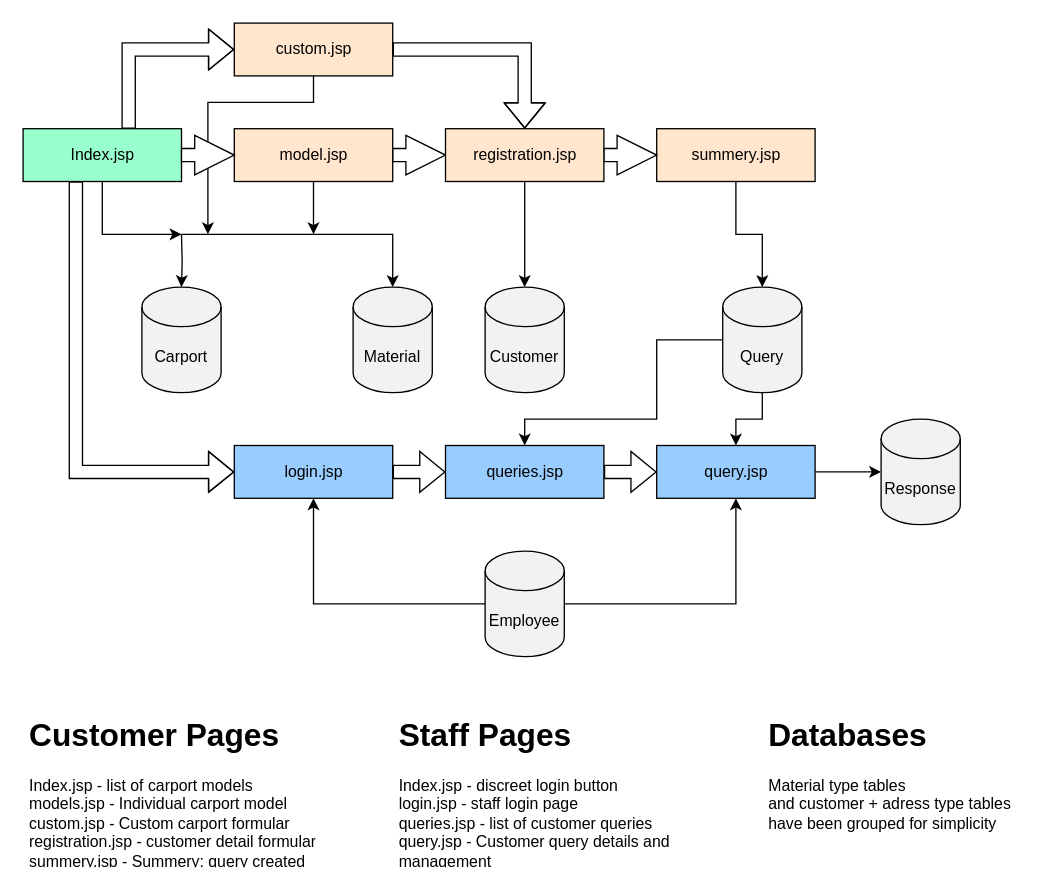
Capa2/sem2c4 keeps this draw.io diagram as Unified Modeling Language diagrams/NavigationDiagram.drawio. Above is the earlier version. Source tidied: cells renumbered, new cells numbered last; positions are measured from the earlier drawing's top-left corner, leaving out a move shared by most shapes. Both pictures are drawn from the tidied source at 132%, with x=0, y=0 at pixel (22, 22).
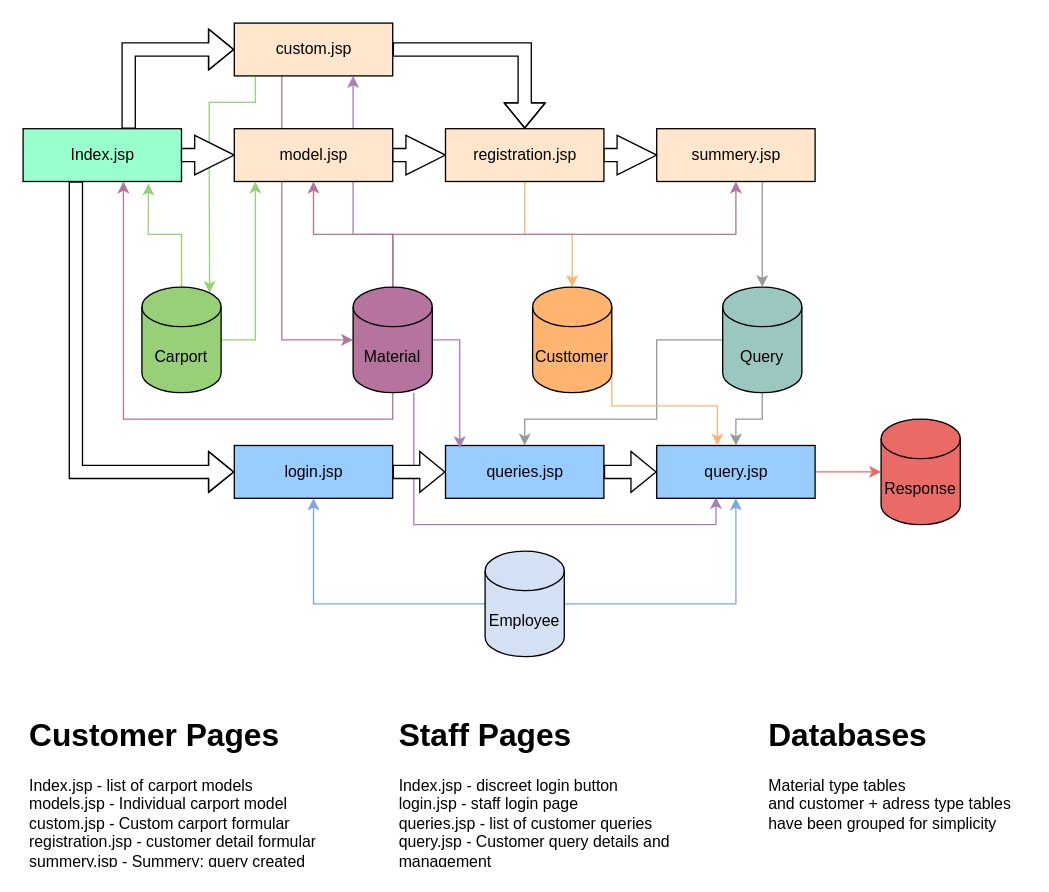
After the change.

Unchanged cells that the change refers to:
```xml
<mxCell id="8" value="login.jsp" style="html=1;fillColor=#99CCFF;" parent="1" vertex="1">
  <mxGeometry x="160" y="320" width="120" height="40" as="geometry" />
</mxCell>
<mxCell id="10" value="queries.jsp" style="html=1;fillColor=#99CCFF;" parent="1" vertex="1">
  <mxGeometry x="320" y="320" width="120" height="40" as="geometry" />
</mxCell>
<mxCell id="12" value="query.jsp" style="html=1;fillColor=#99CCFF;" parent="1" vertex="1">
  <mxGeometry x="480" y="320" width="120" height="40" as="geometry" />
</mxCell>
<mxCell id="17" value="Index.jsp" style="html=1;fillColor=#99FFCC;" parent="1" vertex="1">
  <mxGeometry y="80" width="120" height="40" as="geometry" />
</mxCell>
<mxCell id="20" value="model.jsp" style="html=1;fillColor=#FFE6CC;" parent="1" vertex="1">
  <mxGeometry x="160" y="80" width="120" height="40" as="geometry" />
</mxCell>
<mxCell id="23" value="custom.jsp" style="html=1;fillColor=#FFE6CC;" parent="1" vertex="1">
  <mxGeometry x="160" width="120" height="40" as="geometry" />
</mxCell>
<mxCell id="25" value="summery.jsp" style="html=1;fillColor=#FFE6CC;" parent="1" vertex="1">
  <mxGeometry x="480" y="80" width="120" height="40" as="geometry" />
</mxCell>
<mxCell id="28" value="registration.jsp" style="html=1;fillColor=#FFE6CC;" parent="1" vertex="1">
  <mxGeometry x="320" y="80" width="120" height="40" as="geometry" />
</mxCell>
```

Diff of the diagram source:
```diff
@@
+    <mxCell id="39" style="edgeStyle=orthogonalEdgeStyle;rounded=0;jettySize=auto;html=1;strokeColor=#A680B8;fillColor=#FFB570;entryX=0.374;entryY=0.977;entryDx=0;entryDy=0;entryPerimeter=0;" parent="1" edge="1" source="35" target="12">
+      <mxGeometry relative="1" as="geometry">
+        <Array as="points">
+          <mxPoint x="296" y="380" />
+          <mxPoint x="525" y="380" />
+        </Array>
+      </mxGeometry>
+    </mxCell>
+    <mxCell id="40" style="edgeStyle=orthogonalEdgeStyle;rounded=0;jettySize=auto;html=1;entryX=0.75;entryY=1;entryDx=0;entryDy=0;strokeColor=#A680B8;fillColor=#FFB570;" parent="1" edge="1" source="35" target="23">
+      <mxGeometry relative="1" as="geometry">
+        <Array as="points">
+          <mxPoint x="280" y="160" />
+          <mxPoint x="250" y="160" />
+        </Array>
+      </mxGeometry>
+    </mxCell>
+    <mxCell id="21" style="edgeStyle=orthogonalEdgeStyle;rounded=0;jettySize=auto;html=1;strokeColor=#B5739D;entryX=0;entryY=0.5;entryDx=0;entryDy=0;entryPerimeter=0;" parent="1" edge="1" source="23" target="35">
+      <mxGeometry relative="1" as="geometry">
+        <Array as="points">
+          <mxPoint x="196" y="240" />
+        </Array>
+      </mxGeometry>
+    </mxCell>
@@
-    <mxCell id="4" style="edgeStyle=orthogonalEdgeStyle;rounded=0;jettySize=auto;html=1;strokeColor=#000000;fillColor=#FFFFFF;" parent="1" edge="1" source="6" target="12">
+    <mxCell id="4" style="edgeStyle=orthogonalEdgeStyle;rounded=0;jettySize=auto;html=1;strokeColor=#999999;fillColor=#FFFFFF;" parent="1" edge="1" source="6" target="12">
       <mxGeometry relative="1" as="geometry" />
     </mxCell>
-    <mxCell id="5" style="edgeStyle=orthogonalEdgeStyle;rounded=0;jettySize=auto;html=1;strokeColor=#000000;fillColor=#FFFFFF;exitX=0;exitY=0.5;exitDx=0;exitDy=0;exitPerimeter=0;" parent="1" edge="1" source="6" target="10">
+    <mxCell id="5" style="edgeStyle=orthogonalEdgeStyle;rounded=0;jettySize=auto;html=1;strokeColor=#999999;fillColor=#FFFFFF;exitX=0;exitY=0.5;exitDx=0;exitDy=0;exitPerimeter=0;" parent="1" edge="1" source="6" target="10">
       <mxGeometry relative="1" as="geometry">
         <Array as="points">
           <mxPoint x="480" y="240" />
           <mxPoint x="480" y="300" />
           <mxPoint x="380" y="300" />
         </Array>
       </mxGeometry>
     </mxCell>
-    <mxCell id="6" value="Query" style="shape=cylinder3;whiteSpace=wrap;html=1;boundedLbl=1;backgroundOutline=1;size=15;fillColor=#F2F2F2;" parent="1" vertex="1">
+    <mxCell id="6" value="Query" style="shape=cylinder3;whiteSpace=wrap;html=1;boundedLbl=1;backgroundOutline=1;size=15;fillColor=#9AC7BF;" parent="1" vertex="1">
       <mxGeometry x="530" y="200" width="60" height="80" as="geometry" />
     </mxCell>
-    <mxCell id="7" style="edgeStyle=orthogonalEdgeStyle;rounded=0;jettySize=auto;html=1;entryX=0;entryY=0.5;entryDx=0;entryDy=0;shape=flexArrow;" parent="1" edge="1" source="8" target="10">
+    <mxCell id="7" style="edgeStyle=orthogonalEdgeStyle;rounded=0;jettySize=auto;html=1;entryX=0;entryY=0.5;entryDx=0;entryDy=0;shape=flexArrow;fillColor=#FFFFFF;" parent="1" edge="1" source="8" target="10">
       <mxGeometry relative="1" as="geometry" />
     </mxCell>
@@
-    <mxCell id="11" style="edgeStyle=orthogonalEdgeStyle;rounded=0;jettySize=auto;html=1;strokeColor=#000000;fillColor=#FFFFFF;" parent="1" edge="1" source="12" target="30">
+    <mxCell id="11" style="edgeStyle=orthogonalEdgeStyle;rounded=0;jettySize=auto;html=1;strokeColor=#EA6B66;fillColor=#FFFFFF;" parent="1" edge="1" source="12" target="30">
       <mxGeometry relative="1" as="geometry" />
     </mxCell>
@@
-    <mxCell id="13" style="edgeStyle=orthogonalEdgeStyle;rounded=0;jettySize=auto;html=1;strokeColor=#000000;" parent="1" edge="1" source="17">
-      <mxGeometry relative="1" as="geometry">
-        <mxPoint x="120" y="160" as="targetPoint" />
-        <Array as="points">
-          <mxPoint x="60" y="160" />
-        </Array>
-      </mxGeometry>
-    </mxCell>
@@
-    <mxCell id="16" style="edgeStyle=orthogonalEdgeStyle;rounded=0;jettySize=auto;html=1;entryX=0.5;entryY=0;entryDx=0;entryDy=0;entryPerimeter=0;strokeColor=#000000;fillColor=#FFFFFF;" parent="1" edge="1" target="36">
-      <mxGeometry relative="1" as="geometry">
-        <mxPoint x="120" y="160" as="sourcePoint" />
-      </mxGeometry>
-    </mxCell>
@@
-    <mxCell id="18" style="edgeStyle=orthogonalEdgeStyle;rounded=0;jettySize=auto;html=1;strokeColor=#000000;" parent="1" edge="1" source="20">
-      <mxGeometry relative="1" as="geometry">
-        <mxPoint x="220" y="160" as="targetPoint" />
-      </mxGeometry>
-    </mxCell>
@@
-    <mxCell id="21" style="edgeStyle=orthogonalEdgeStyle;rounded=0;jettySize=auto;html=1;strokeColor=#000000;" parent="1" edge="1" source="23">
-      <mxGeometry relative="1" as="geometry">
-        <mxPoint x="140" y="160" as="targetPoint" />
-        <Array as="points">
-          <mxPoint x="220" y="60" />
-          <mxPoint x="140" y="60" />
-        </Array>
-      </mxGeometry>
-    </mxCell>
@@
+    <mxCell id="41" style="edgeStyle=orthogonalEdgeStyle;rounded=0;jettySize=auto;html=1;entryX=0.855;entryY=0;entryDx=0;entryDy=4.35;entryPerimeter=0;strokeColor=#97D077;fillColor=#FFFFFF;" parent="1" edge="1" source="23" target="36">
+      <mxGeometry relative="1" as="geometry">
+        <Array as="points">
+          <mxPoint x="176" y="60" />
+          <mxPoint x="141" y="60" />
+          <mxPoint x="141" y="120" />
+        </Array>
+      </mxGeometry>
+    </mxCell>
@@
-    <mxCell id="24" style="edgeStyle=orthogonalEdgeStyle;rounded=0;jettySize=auto;html=1;strokeColor=#000000;fillColor=#FFFFFF;" parent="1" edge="1" source="25" target="6">
-      <mxGeometry relative="1" as="geometry" />
+    <mxCell id="24" style="edgeStyle=orthogonalEdgeStyle;rounded=0;jettySize=auto;html=1;strokeColor=#999999;fillColor=#FFFFFF;" parent="1" edge="1" source="25" target="6">
+      <mxGeometry relative="1" as="geometry">
+        <Array as="points">
+          <mxPoint x="560" y="140" />
+          <mxPoint x="560" y="140" />
+        </Array>
+      </mxGeometry>
     </mxCell>
@@
-    <mxCell id="27" style="edgeStyle=orthogonalEdgeStyle;rounded=0;jettySize=auto;html=1;strokeColor=#000000;fillColor=#FFFFFF;" parent="1" edge="1" source="28" target="34">
+    <mxCell id="27" style="edgeStyle=orthogonalEdgeStyle;rounded=0;jettySize=auto;html=1;strokeColor=#FFB570;fillColor=#FFB570;" parent="1" edge="1" source="28" target="34">
       <mxGeometry relative="1" as="geometry" />
     </mxCell>
@@
-    <mxCell id="30" value="Response" style="shape=cylinder3;whiteSpace=wrap;html=1;boundedLbl=1;backgroundOutline=1;size=15;fillColor=#F2F2F2;" parent="1" vertex="1">
+    <mxCell id="30" value="Response" style="shape=cylinder3;whiteSpace=wrap;html=1;boundedLbl=1;backgroundOutline=1;size=15;fillColor=#EA6B66;" parent="1" vertex="1">
       <mxGeometry x="650" y="300" width="60" height="80" as="geometry" />
     </mxCell>
-    <mxCell id="31" style="edgeStyle=orthogonalEdgeStyle;rounded=0;jettySize=auto;html=1;strokeColor=#000000;fillColor=#FFFFFF;" parent="1" edge="1" source="33" target="8">
+    <mxCell id="31" style="edgeStyle=orthogonalEdgeStyle;rounded=0;jettySize=auto;html=1;strokeColor=#7EA6E0;fillColor=#FFFFFF;" parent="1" edge="1" source="33" target="8">
       <mxGeometry relative="1" as="geometry" />
     </mxCell>
-    <mxCell id="32" style="edgeStyle=orthogonalEdgeStyle;rounded=0;jettySize=auto;html=1;strokeColor=#000000;fillColor=#FFFFFF;" parent="1" edge="1" source="33" target="12">
+    <mxCell id="32" style="edgeStyle=orthogonalEdgeStyle;rounded=0;jettySize=auto;html=1;strokeColor=#7EA6E0;fillColor=#FFFFFF;" parent="1" edge="1" source="33" target="12">
       <mxGeometry relative="1" as="geometry" />
     </mxCell>
-    <mxCell id="33" value="Employee" style="shape=cylinder3;whiteSpace=wrap;html=1;boundedLbl=1;backgroundOutline=1;size=15;fillColor=#F2F2F2;" parent="1" vertex="1">
+    <mxCell id="33" value="Employee" style="shape=cylinder3;whiteSpace=wrap;html=1;boundedLbl=1;backgroundOutline=1;size=15;fillColor=#D4E1F5;" parent="1" vertex="1">
       <mxGeometry x="350" y="400" width="60" height="80" as="geometry" />
     </mxCell>
+    <mxCell id="42" style="edgeStyle=orthogonalEdgeStyle;rounded=0;jettySize=auto;html=1;strokeColor=#FFB570;fillColor=#FFB570;exitX=1;exitY=0.5;exitDx=0;exitDy=0;exitPerimeter=0;" parent="1" edge="1" source="34" target="12">
+      <mxGeometry relative="1" as="geometry">
+        <Array as="points">
+          <mxPoint x="446" y="240" />
+          <mxPoint x="446" y="290" />
+          <mxPoint x="526" y="290" />
+        </Array>
+      </mxGeometry>
+    </mxCell>
-    <mxCell id="34" value="Customer" style="shape=cylinder3;whiteSpace=wrap;html=1;boundedLbl=1;backgroundOutline=1;size=15;fillColor=#F2F2F2;" parent="1" vertex="1">
-      <mxGeometry x="350" y="200" width="60" height="80" as="geometry" />
+    <mxCell id="34" value="Custtomer" style="shape=cylinder3;whiteSpace=wrap;html=1;boundedLbl=1;backgroundOutline=1;size=15;fillColor=#FFB570;" parent="1" vertex="1">
+      <mxGeometry x="386" y="200" width="60" height="80" as="geometry" />
     </mxCell>
+    <mxCell id="43" style="edgeStyle=orthogonalEdgeStyle;rounded=0;jettySize=auto;html=1;strokeColor=#B5739D;fillColor=#FFB570;" parent="1" edge="1" source="35" target="20">
+      <mxGeometry relative="1" as="geometry" />
+    </mxCell>
+    <mxCell id="44" style="edgeStyle=orthogonalEdgeStyle;rounded=0;jettySize=auto;html=1;strokeColor=#B5739D;fillColor=#FFB570;" parent="1" edge="1" source="35">
+      <mxGeometry relative="1" as="geometry">
+        <mxPoint x="76" y="120" as="targetPoint" />
+        <Array as="points">
+          <mxPoint x="280" y="300" />
+          <mxPoint x="76" y="300" />
+        </Array>
+      </mxGeometry>
+    </mxCell>
+    <mxCell id="45" style="edgeStyle=orthogonalEdgeStyle;rounded=0;jettySize=auto;html=1;strokeColor=#B5739D;fillColor=#FFB570;" parent="1" edge="1" source="35" target="25">
+      <mxGeometry relative="1" as="geometry">
+        <Array as="points">
+          <mxPoint x="280" y="160" />
+          <mxPoint x="540" y="160" />
+        </Array>
+      </mxGeometry>
+    </mxCell>
+    <mxCell id="46" style="edgeStyle=orthogonalEdgeStyle;rounded=0;jettySize=auto;html=1;entryX=0.09;entryY=0.053;entryDx=0;entryDy=0;entryPerimeter=0;strokeColor=#A680B8;fillColor=#FFB570;" parent="1" edge="1" source="35" target="10">
+      <mxGeometry relative="1" as="geometry" />
+    </mxCell>
-    <mxCell id="35" value="Material" style="shape=cylinder3;whiteSpace=wrap;html=1;boundedLbl=1;backgroundOutline=1;size=15;fillColor=#F2F2F2;" parent="1" vertex="1">
+    <mxCell id="35" value="Material" style="shape=cylinder3;whiteSpace=wrap;html=1;boundedLbl=1;backgroundOutline=1;size=15;fillColor=#B5739D;" parent="1" vertex="1">
       <mxGeometry x="250" y="200" width="60" height="80" as="geometry" />
     </mxCell>
+    <mxCell id="47" style="edgeStyle=orthogonalEdgeStyle;rounded=0;jettySize=auto;html=1;entryX=0.791;entryY=1.039;entryDx=0;entryDy=0;entryPerimeter=0;strokeColor=#97D077;fillColor=#FFFFFF;" parent="1" edge="1" source="36" target="17">
+      <mxGeometry relative="1" as="geometry" />
+    </mxCell>
+    <mxCell id="48" style="edgeStyle=orthogonalEdgeStyle;rounded=0;jettySize=auto;html=1;entryX=0.133;entryY=1;entryDx=0;entryDy=0;entryPerimeter=0;strokeColor=#97D077;fillColor=#FFFFFF;" parent="1" edge="1" source="36" target="20">
+      <mxGeometry relative="1" as="geometry" />
+    </mxCell>
-    <mxCell id="36" value="Carport" style="shape=cylinder3;whiteSpace=wrap;html=1;boundedLbl=1;backgroundOutline=1;size=15;fillColor=#F2F2F2;" parent="1" vertex="1">
+    <mxCell id="36" value="Carport" style="shape=cylinder3;whiteSpace=wrap;html=1;boundedLbl=1;backgroundOutline=1;size=15;fillColor=#97D077;" parent="1" vertex="1">
       <mxGeometry x="90" y="200" width="60" height="80" as="geometry" />
     </mxCell>
-    <mxCell id="37" style="edgeStyle=elbowEdgeStyle;rounded=0;jettySize=auto;html=1;elbow=vertical;strokeColor=#000000;" parent="1" edge="1" target="35">
-      <mxGeometry relative="1" as="geometry">
-        <mxPoint x="120" y="160" as="sourcePoint" />
-        <Array as="points">
-          <mxPoint x="200" y="160" />
-        </Array>
-      </mxGeometry>
-    </mxCell>
```
